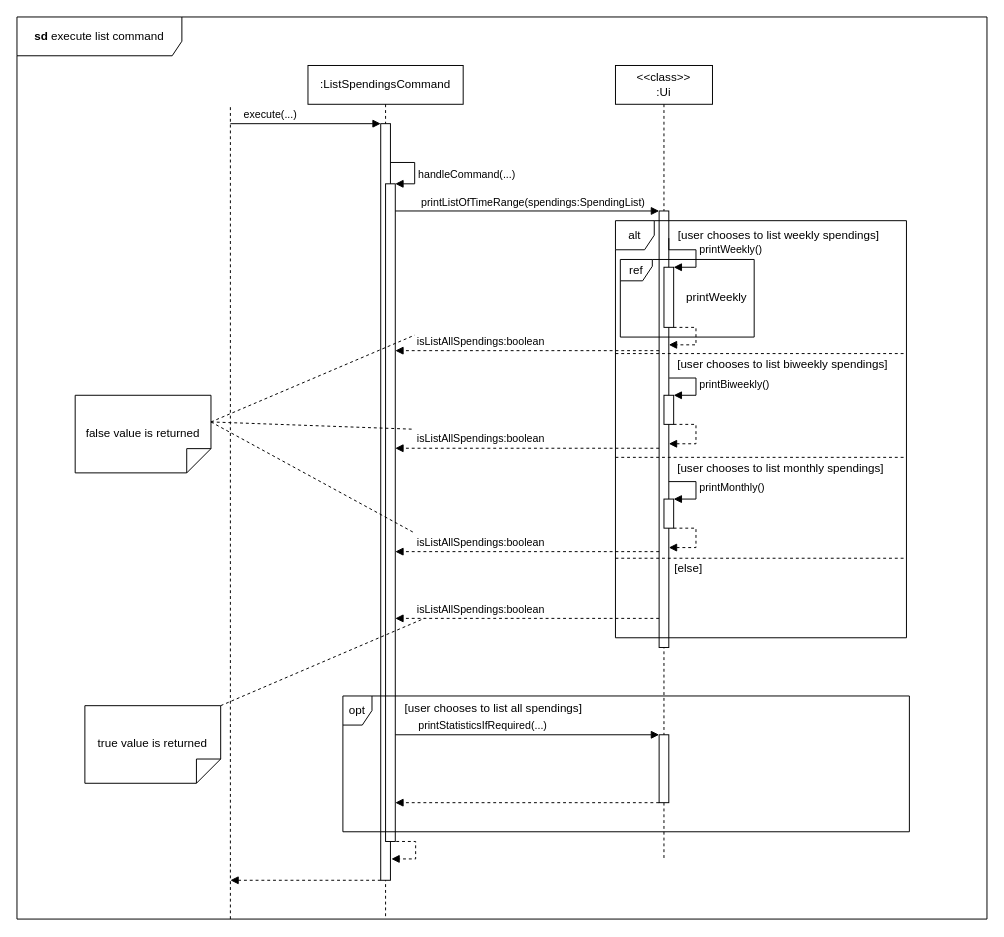
wongwh2002/CS2113TeamProject keeps this draw.io diagram as docs/Diagrams/Commands/executeListSpendingsCommand.drawio. Above is the earlier version. Source tidied: cells renumbered, new cells numbered last; positions are measured from the earlier drawing's top-left corner, leaving out a move shared by most shapes. Both pictures are drawn from the tidied source at 97%, with x=0, y=0 at pixel (16, 16).
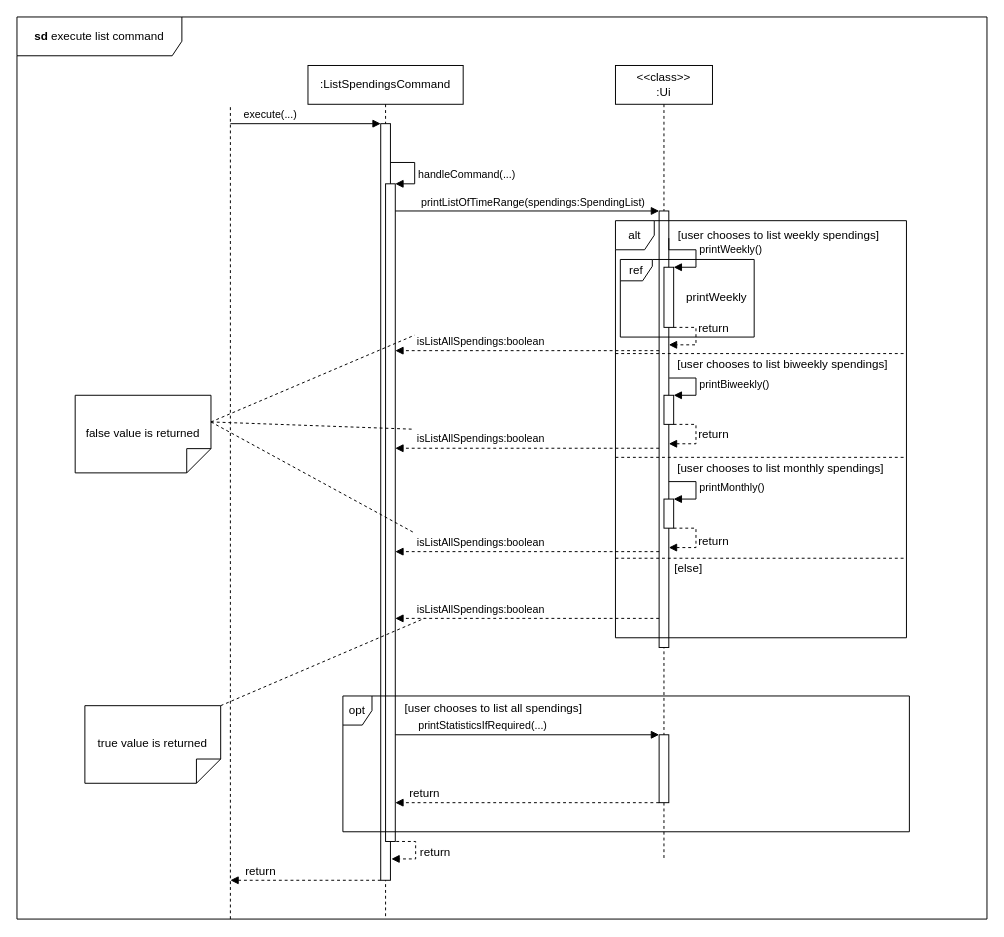
After the change.

Commit message (it also covers changes not shown here):
Standardize return

The change refers to these unchanged cells:
```xml
<mxCell id="9" style="html=1;align=left;spacingLeft=2;endArrow=block;rounded=0;edgeStyle=orthogonalEdgeStyle;curved=0;rounded=0;dashed=1;" parent="1" edge="1">
  <mxGeometry x="0.13" relative="1" as="geometry">
    <mxPoint x="391" y="850" as="sourcePoint" />
    <mxPoint x="386" y="868" as="targetPoint" />
    <Array as="points">
      <mxPoint x="411" y="850" />
      <mxPoint x="411" y="868" />
    </Array>
  </mxGeometry>
</mxCell>
<mxCell id="18" style="html=1;align=left;spacingLeft=2;endArrow=block;rounded=0;edgeStyle=orthogonalEdgeStyle;curved=0;rounded=0;dashed=1;" parent="1" edge="1" source="16" target="11">
  <mxGeometry x="-0.03" relative="1" as="geometry">
    <Array as="points">
      <mxPoint x="700" y="320" />
      <mxPoint x="700" y="338" />
    </Array>
  </mxGeometry>
</mxCell>
<mxCell id="25" style="html=1;align=left;spacingLeft=2;endArrow=block;rounded=0;edgeStyle=orthogonalEdgeStyle;curved=0;rounded=0;dashed=1;" parent="1" edge="1" source="23" target="11">
  <mxGeometry x="-0.03" relative="1" as="geometry">
    <Array as="points">
      <mxPoint x="700" y="420" />
      <mxPoint x="700" y="440" />
    </Array>
  </mxGeometry>
</mxCell>
<mxCell id="30" style="html=1;align=left;spacingLeft=2;endArrow=block;rounded=0;edgeStyle=orthogonalEdgeStyle;curved=0;rounded=0;dashed=1;" parent="1" edge="1" source="29">
  <mxGeometry x="-0.03" relative="1" as="geometry">
    <mxPoint x="672" y="547" as="targetPoint" />
    <Array as="points">
      <mxPoint x="700" y="527" />
      <mxPoint x="700" y="547" />
    </Array>
  </mxGeometry>
</mxCell>
<mxCell id="51" style="html=1;verticalAlign=bottom;labelBackgroundColor=none;endArrow=block;endFill=1;dashed=1;rounded=0;" parent="1" edge="1">
  <mxGeometry relative="1" as="geometry">
    <mxPoint x="662" y="810" as="sourcePoint" />
    <mxPoint x="390" y="810" as="targetPoint" />
  </mxGeometry>
</mxCell>
<mxCell id="52" style="html=1;verticalAlign=bottom;labelBackgroundColor=none;endArrow=block;endFill=1;dashed=1;rounded=0;" parent="1" edge="1" source="4">
  <mxGeometry relative="1" as="geometry">
    <mxPoint x="220" y="890" as="targetPoint" />
  </mxGeometry>
</mxCell>
```

Diff of the diagram source:
```diff
@@
+    <mxCell id="54" value="return" style="edgeLabel;html=1;align=center;verticalAlign=middle;fontSize=12;" parent="9" vertex="1">
+      <mxGeometry x="0.05" y="-4" relative="1" as="geometry">
+        <mxPoint x="23" y="-3" as="offset" />
+      </mxGeometry>
+    </mxCell>
@@
+    <mxCell id="55" value="return" style="edgeLabel;html=1;align=center;verticalAlign=middle;fontSize=12;" parent="18" vertex="1">
+      <mxGeometry x="-0.25" y="-1" relative="1" as="geometry">
+        <mxPoint x="18" y="-3" as="offset" />
+      </mxGeometry>
+    </mxCell>
@@
+    <mxCell id="56" value="return" style="edgeLabel;html=1;align=center;verticalAlign=middle;fontSize=12;" parent="25" vertex="1">
+      <mxGeometry x="-0.08" y="1" relative="1" as="geometry">
+        <mxPoint x="16" as="offset" />
+      </mxGeometry>
+    </mxCell>
@@
+    <mxCell id="57" value="return" style="edgeLabel;html=1;align=center;verticalAlign=middle;fontSize=12;" parent="30" vertex="1">
+      <mxGeometry x="0.08" relative="1" as="geometry">
+        <mxPoint x="17" y="-2" as="offset" />
+      </mxGeometry>
+    </mxCell>
@@
+    <mxCell id="58" value="return" style="edgeLabel;html=1;align=center;verticalAlign=middle;fontSize=12;" parent="51" vertex="1">
+      <mxGeometry x="0.24" y="-1" relative="1" as="geometry">
+        <mxPoint x="-74" y="-9" as="offset" />
+      </mxGeometry>
+    </mxCell>
@@
+    <mxCell id="59" value="return" style="edgeLabel;html=1;align=center;verticalAlign=middle;fontSize=12;" parent="52" vertex="1">
+      <mxGeometry x="0.33" y="-2" relative="1" as="geometry">
+        <mxPoint x="-22" y="-8" as="offset" />
+      </mxGeometry>
+    </mxCell>
```
